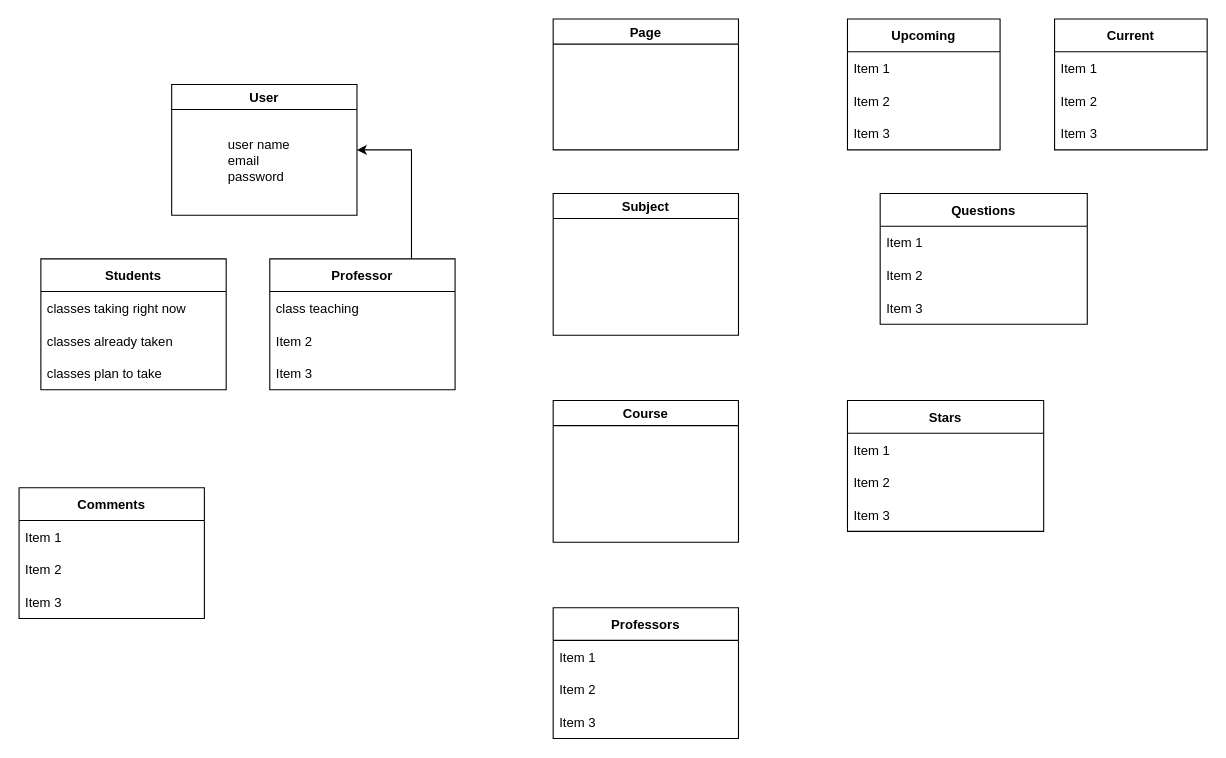
This is Domain Model.drawio from I-Dont-Want-An-F/Project, a draw.io file, before an edit. Source tidied: cells renumbered, new cells numbered last; positions are measured from the earlier drawing's top-left corner, leaving out a move shared by most shapes. Both pictures are drawn from the tidied source at 109%, with x=0, y=0 at pixel (19, 19).
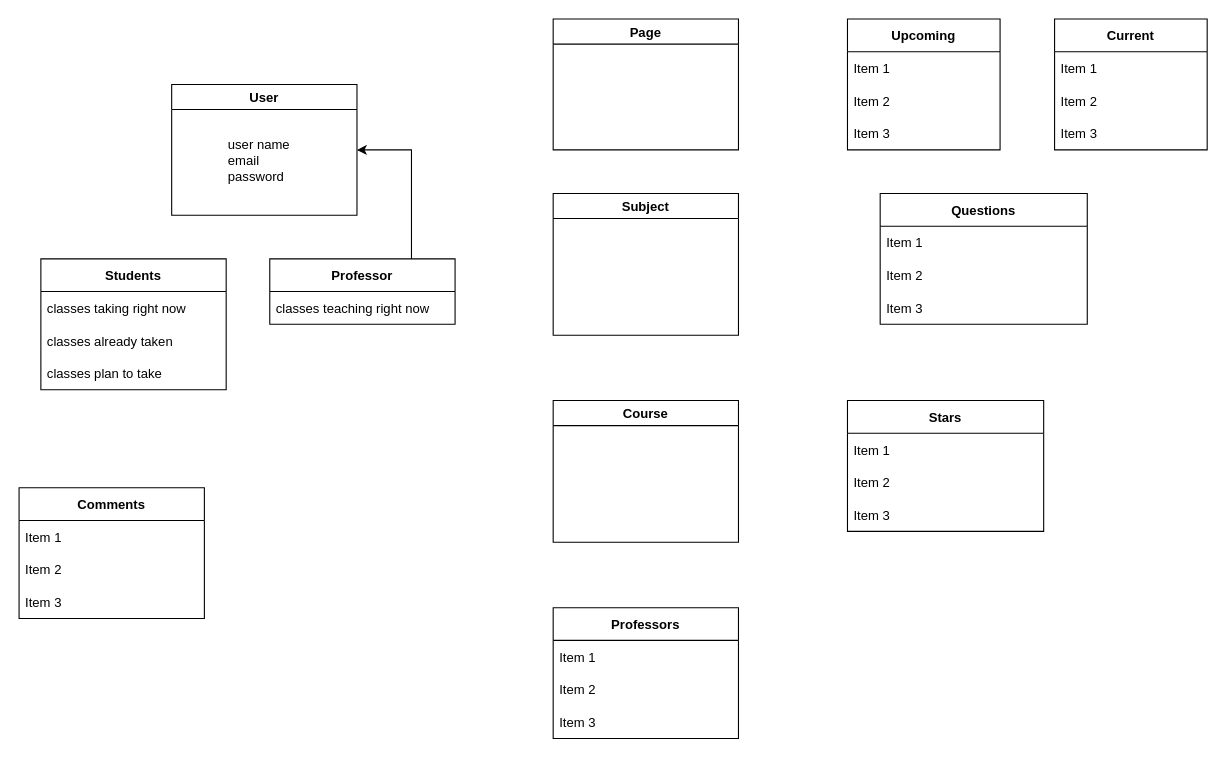
After the change.

What changed in the source:
```diff
@@
     <mxCell id="4" value="Professor" style="swimlane;fontStyle=1;horizontal=1;startSize=30;" parent="1" vertex="1">
-      <mxGeometry x="230" y="220" width="170" height="120" as="geometry" />
+      <mxGeometry x="230" y="220" width="170" height="60" as="geometry" />
     </mxCell>
-    <mxCell id="5" value="class teaching" style="text;strokeColor=none;fillColor=none;align=left;verticalAlign=middle;spacingLeft=4;spacingRight=4;overflow=hidden;" parent="4" vertex="1">
+    <mxCell id="5" value="classes teaching right now" style="text;strokeColor=none;fillColor=none;align=left;verticalAlign=middle;spacingLeft=4;spacingRight=4;overflow=hidden;" parent="4" vertex="1">
       <mxGeometry y="30" width="170" height="30" as="geometry" />
     </mxCell>
-    <mxCell id="6" value="Item 2" style="text;strokeColor=none;fillColor=none;align=left;verticalAlign=middle;spacingLeft=4;spacingRight=4;overflow=hidden;" parent="4" vertex="1">
-      <mxGeometry y="60" width="170" height="30" as="geometry" />
-    </mxCell>
-    <mxCell id="7" value="Item 3" style="text;strokeColor=none;fillColor=none;align=left;verticalAlign=middle;spacingLeft=4;spacingRight=4;overflow=hidden;" parent="4" vertex="1">
-      <mxGeometry y="90" width="170" height="30" as="geometry" />
-    </mxCell>
```
